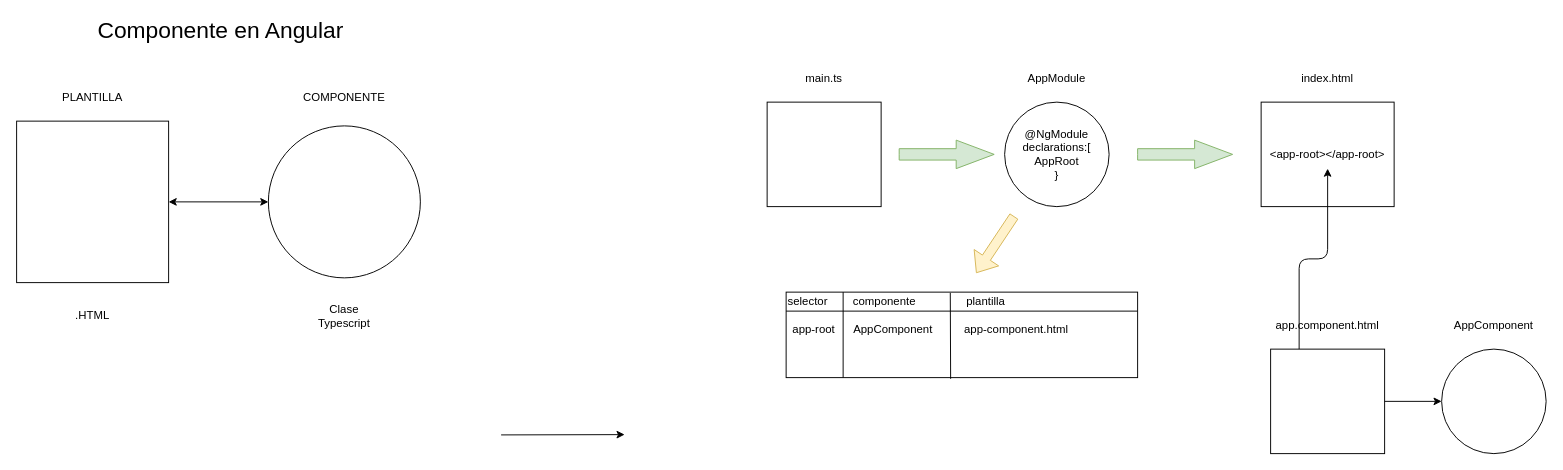
lrag/MEAN_2021_2 keeps this draw.io diagram as page "Página-24" (24 of 32) of dibujos.drawio. Above is the earlier version. Source tidied: cells renumbered, new cells numbered last; positions are measured from the earlier drawing's top-left corner, leaving out a move shared by most shapes. Both pictures are drawn from the tidied source at 95%, with x=0, y=0 at pixel (16, 16).
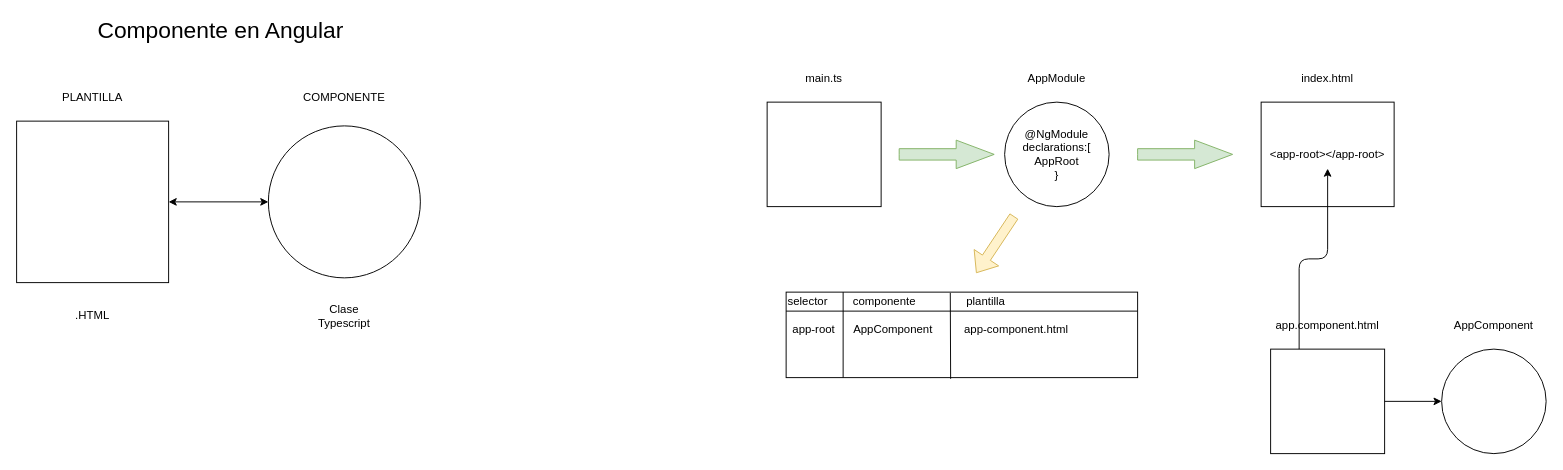
After the change.

What changed in the source:
```diff
@@
-    <mxCell id="17" style="endArrow=classic;html=1;" parent="1" edge="1">
-      <mxGeometry relative="1" as="geometry">
-        <mxPoint x="510" y="440.3" as="sourcePoint" />
-        <mxPoint x="640" y="440" as="targetPoint" />
-      </mxGeometry>
-    </mxCell>
```
